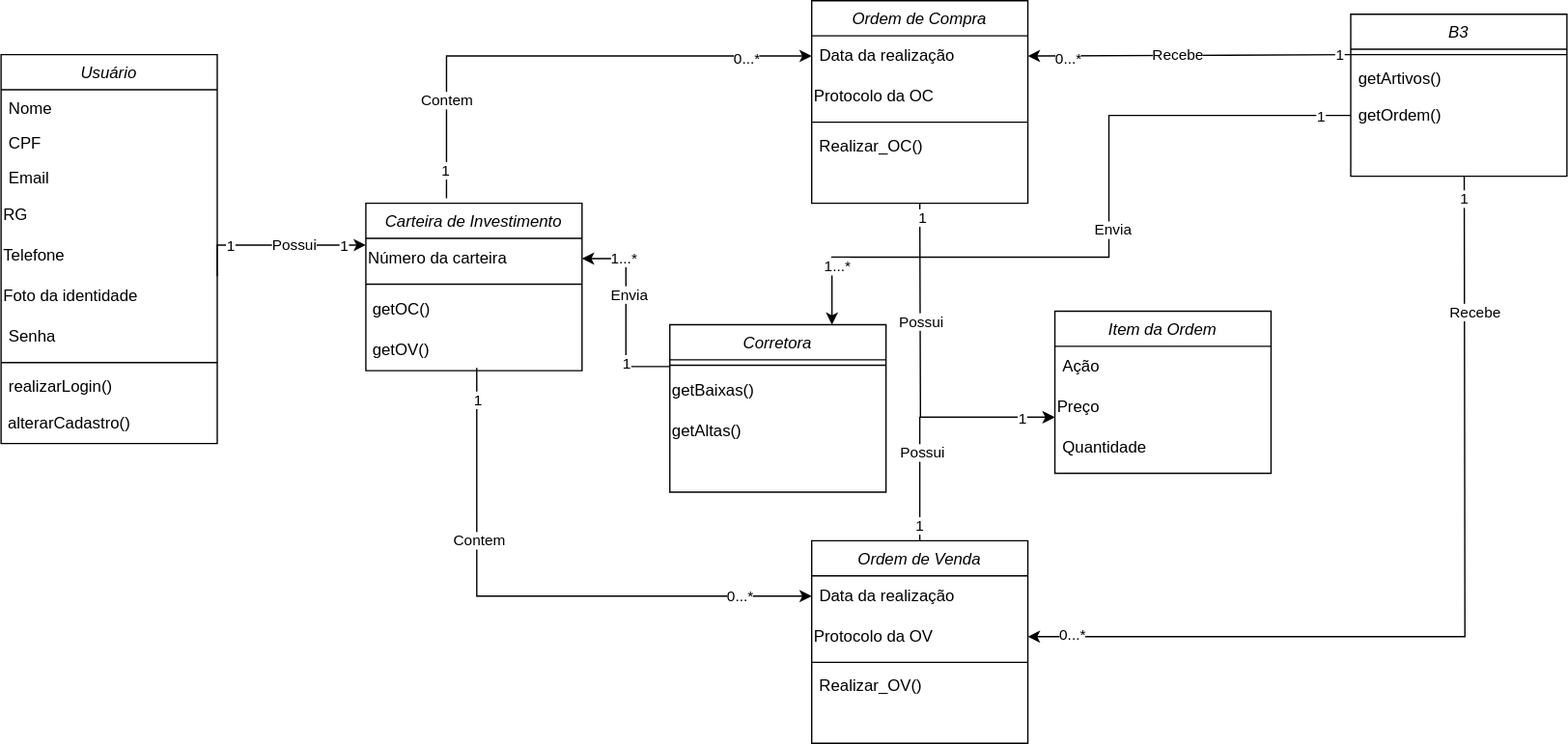
Before: Diagrama de classe.drawio.svg, a diagram exported from draw.io (JesCat16/Projeto01_Modelagem_De_Software). Source tidied: cells renumbered, new cells last; positions are measured from the earlier drawing's top-left corner, leaving out a move shared by most shapes.
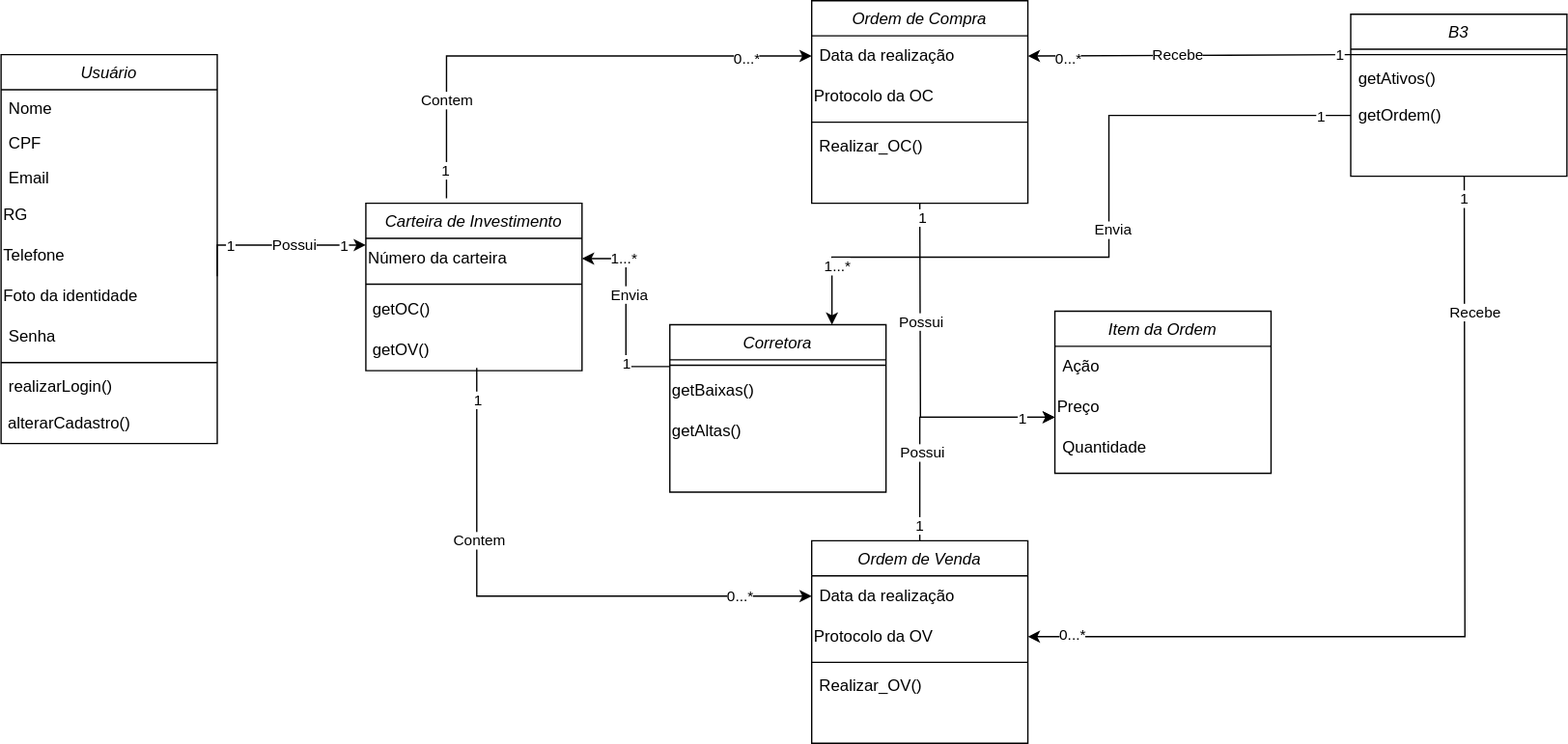
The same file after the commit.

Change to the diagram source:
```diff
@@ -132,7 +132,7 @@
     <mxCell id="41" style="line;html=1;strokeWidth=1;align=left;verticalAlign=middle;spacingTop=-1;spacingLeft=3;spacingRight=3;labelPosition=right;" parent="40" vertex="1">
       <mxGeometry y="26" width="160" height="8" as="geometry" />
     </mxCell>
-    <mxCell id="42" value="getArtivos()" style="text;align=left;verticalAlign=top;spacingLeft=4;spacingRight=4;overflow=hidden;" parent="40" vertex="1">
+    <mxCell id="42" value="getAtivos()" style="text;align=left;verticalAlign=top;spacingLeft=4;spacingRight=4;overflow=hidden;" parent="40" vertex="1">
       <mxGeometry y="34" width="160" height="26" as="geometry" />
     </mxCell>
     <mxCell id="43" value="getOrdem()" style="text;strokeColor=none;fillColor=none;align=left;verticalAlign=middle;spacingLeft=4;spacingRight=4;overflow=hidden;points=[[0,0.5],[1,0.5]];portConstraint=eastwest;whiteSpace=wrap;html=1;" parent="40" vertex="1">
```
